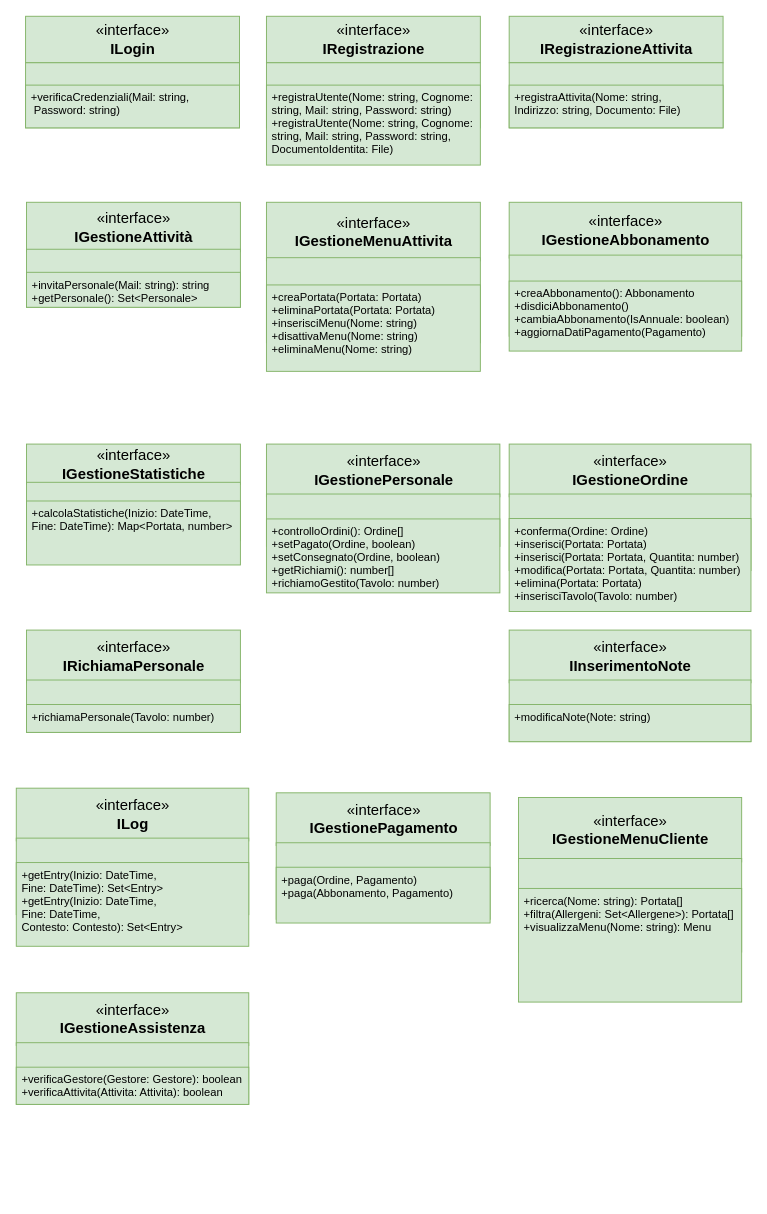
Before: progettazione/interfacce.drawio in Marco-Burattoni/Progetto-ids, a draw.io diagram. Source tidied: cells renumbered, new cells numbered last; positions are measured from the earlier drawing's top-left corner, leaving out a move shared by most shapes. Both pictures are drawn from the tidied source at 93%, with x=0, y=0 at pixel (16, 16).
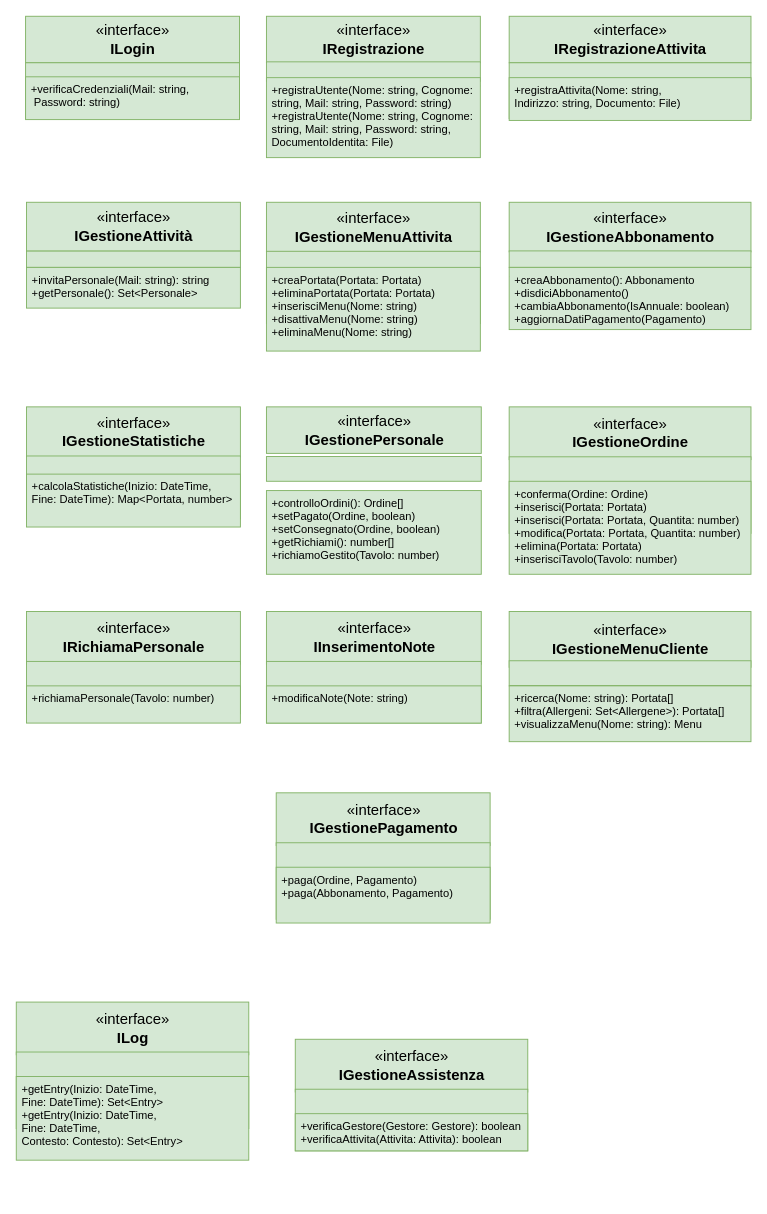
Above is the later version.

Unchanged cells that the change refers to:
```xml
<mxCell id="7" style="group;" parent="1" vertex="1">
  <mxGeometry x="269" width="230" height="180" as="geometry" />
</mxCell>
```

What changed in the source:
```diff
@@
     <mxCell id="2" style="group;" parent="1" vertex="1">
-      <mxGeometry x="10" width="230" height="120" as="geometry" />
+      <mxGeometry x="10" width="230" height="111.1" as="geometry" />
     </mxCell>
@@
     <mxCell id="4" style="html=1;fontSize=16;fillColor=#d5e8d4;strokeColor=#82b366;" parent="2" vertex="1">
-      <mxGeometry y="50" width="230" height="70" as="geometry" />
+      <mxGeometry y="50" width="230" height="60" as="geometry" />
     </mxCell>
     <mxCell id="5" style="line;strokeWidth=1;fillColor=#d5e8d4;align=left;verticalAlign=middle;spacingTop=-1;spacingLeft=3;spacingRight=3;labelPosition=right;strokeColor=#82b366;fontSize=16;" parent="2" vertex="1">
-      <mxGeometry y="71" width="230" height="8" as="geometry" />
+      <mxGeometry y="65.1" width="230" height="7.3" as="geometry" />
     </mxCell>
     <mxCell id="6" value="+verificaCredenziali(Mail: string,&#10; Password: string)" style="text;strokeColor=#82b366;fillColor=#d5e8d4;align=left;verticalAlign=top;spacingLeft=4;spacingRight=4;overflow=hidden;fontSize=12;" parent="2" vertex="1">
-      <mxGeometry y="74" width="230" height="46" as="geometry" />
+      <mxGeometry y="65.1" width="230" height="46" as="geometry" />
     </mxCell>
@@
     <mxCell id="9" style="html=1;fontSize=16;fillColor=#d5e8d4;strokeColor=#82b366;" parent="7" vertex="1">
-      <mxGeometry y="50" width="230" height="70" as="geometry" />
+      <mxGeometry y="49" width="230" height="21" as="geometry" />
     </mxCell>
@@
     <mxCell id="11" value="+registraUtente(Nome: string, Cognome: &#10;string, Mail: string, Password: string)&#10;+registraUtente(Nome: string, Cognome: &#10;string, Mail: string, Password: string,&#10;DocumentoIdentita: File)&#10;&#10;&#10;" style="text;strokeColor=#82b366;fillColor=#d5e8d4;align=left;verticalAlign=top;spacingLeft=4;spacingRight=4;overflow=hidden;fontSize=12;" parent="7" vertex="1">
-      <mxGeometry y="74" width="230" height="86" as="geometry" />
+      <mxGeometry y="66" width="230" height="86" as="geometry" />
     </mxCell>
     <mxCell id="12" style="group;" parent="1" vertex="1">
-      <mxGeometry y="830" width="250" height="180" as="geometry" />
+      <mxGeometry y="1060" width="250" height="180" as="geometry" />
     </mxCell>
@@
     <mxCell id="17" style="group;" parent="1" vertex="1">
-      <mxGeometry x="11" y="200" width="230" height="160" as="geometry" />
+      <mxGeometry x="11" y="200" width="230" height="140" as="geometry" />
     </mxCell>
     <mxCell id="18" value="«interface»&lt;br&gt;&lt;b&gt;IGestioneAttività&lt;/b&gt;" style="html=1;fontSize=16;fillColor=#d5e8d4;strokeColor=#82b366;" parent="17" vertex="1">
-      <mxGeometry width="230" height="53.3" as="geometry" />
+      <mxGeometry width="230" height="52.5" as="geometry" />
     </mxCell>
     <mxCell id="19" style="html=1;fontSize=16;fillColor=#d5e8d4;strokeColor=#82b366;" parent="17" vertex="1">
-      <mxGeometry y="50.5" width="230" height="62.4" as="geometry" />
+      <mxGeometry y="52.5" width="230" height="17.5" as="geometry" />
     </mxCell>
-    <mxCell id="20" style="line;strokeWidth=1;fillColor=#d5e8d4;align=left;verticalAlign=middle;spacingTop=-1;spacingLeft=3;spacingRight=3;labelPosition=right;strokeColor=#82b366;fontSize=16;" parent="17" vertex="1">
-      <mxGeometry y="75.7" width="230" height="8.5" as="geometry" />
-    </mxCell>
     <mxCell id="21" value="+invitaPersonale(Mail: string): string&#10;+getPersonale(): Set&lt;Personale&gt;" style="text;strokeColor=#82b366;fillColor=#d5e8d4;align=left;verticalAlign=top;spacingLeft=4;spacingRight=4;overflow=hidden;fontSize=12;" parent="17" vertex="1">
-      <mxGeometry y="75.3" width="230" height="37.6" as="geometry" />
+      <mxGeometry y="70" width="230" height="43.8" as="geometry" />
     </mxCell>
     <mxCell id="22" style="group;" parent="1" vertex="1">
-      <mxGeometry x="269" y="460" width="251" height="220" as="geometry" />
+      <mxGeometry x="269" y="420" width="231" height="160" as="geometry" />
     </mxCell>
     <mxCell id="23" value="«interface»&lt;br&gt;&lt;b&gt;IGestionePersonale&lt;/b&gt;" style="html=1;fontSize=16;fillColor=#d5e8d4;strokeColor=#82b366;" parent="22" vertex="1">
-      <mxGeometry width="251" height="56.7" as="geometry" />
+      <mxGeometry width="231" height="50" as="geometry" />
     </mxCell>
     <mxCell id="24" style="html=1;fontSize=16;fillColor=#d5e8d4;strokeColor=#82b366;" parent="22" vertex="1">
-      <mxGeometry y="53.7" width="251" height="56.3" as="geometry" />
+      <mxGeometry y="53.4" width="231" height="26.6" as="geometry" />
     </mxCell>
-    <mxCell id="25" style="line;strokeWidth=1;fillColor=#d5e8d4;align=left;verticalAlign=middle;spacingTop=-1;spacingLeft=3;spacingRight=3;labelPosition=right;strokeColor=#82b366;fontSize=16;" parent="22" vertex="1">
-      <mxGeometry y="80.5" width="251" height="9.1" as="geometry" />
-    </mxCell>
     <mxCell id="26" value="+controlloOrdini(): Ordine[]&#10;+setPagato(Ordine, boolean)&#10;+setConsegnato(Ordine, boolean)&#10;+getRichiami(): number[]&#10;+richiamoGestito(Tavolo: number)" style="text;strokeColor=#82b366;fillColor=#d5e8d4;align=left;verticalAlign=top;spacingLeft=4;spacingRight=4;overflow=hidden;fontSize=12;" parent="22" vertex="1">
-      <mxGeometry y="80.5" width="251" height="79.5" as="geometry" />
+      <mxGeometry y="90" width="231" height="90" as="geometry" />
     </mxCell>
     <mxCell id="27" style="group;" parent="1" vertex="1">
-      <mxGeometry x="530" width="230" height="180" as="geometry" />
+      <mxGeometry x="530" width="260" height="180" as="geometry" />
     </mxCell>
     <mxCell id="28" value="«interface»&lt;br&gt;&lt;b&gt;IRegistrazioneAttivita&lt;/b&gt;" style="html=1;fontSize=16;fillColor=#d5e8d4;strokeColor=#82b366;" parent="27" vertex="1">
-      <mxGeometry width="230" height="50" as="geometry" />
+      <mxGeometry width="260" height="50" as="geometry" />
     </mxCell>
     <mxCell id="29" style="html=1;fontSize=16;fillColor=#d5e8d4;strokeColor=#82b366;" parent="27" vertex="1">
-      <mxGeometry y="50" width="230" height="70" as="geometry" />
+      <mxGeometry y="50" width="260" height="60" as="geometry" />
     </mxCell>
     <mxCell id="30" style="line;strokeWidth=1;fillColor=#d5e8d4;align=left;verticalAlign=middle;spacingTop=-1;spacingLeft=3;spacingRight=3;labelPosition=right;strokeColor=#82b366;fontSize=16;" parent="27" vertex="1">
-      <mxGeometry y="71" width="230" height="8" as="geometry" />
+      <mxGeometry y="71" width="260" height="8" as="geometry" />
     </mxCell>
     <mxCell id="31" value="+registraAttivita(Nome: string, &#10;Indirizzo: string, Documento: File)&#10;" style="text;strokeColor=#82b366;fillColor=#d5e8d4;align=left;verticalAlign=top;spacingLeft=4;spacingRight=4;overflow=hidden;fontSize=12;" parent="27" vertex="1">
-      <mxGeometry y="74" width="230" height="46" as="geometry" />
+      <mxGeometry y="66" width="260" height="46" as="geometry" />
     </mxCell>
     <mxCell id="32" style="group;" parent="1" vertex="1">
-      <mxGeometry x="530" y="460" width="260" height="180" as="geometry" />
+      <mxGeometry x="530" y="420" width="260" height="180" as="geometry" />
     </mxCell>
@@
     <mxCell id="37" style="group;" parent="1" vertex="1">
-      <mxGeometry y="1050" width="250" height="170" as="geometry" />
+      <mxGeometry x="300" y="1100" width="250" height="170" as="geometry" />
     </mxCell>
@@
     <mxCell id="42" style="group;" parent="1" vertex="1">
-      <mxGeometry x="11" y="660" width="230" height="170" as="geometry" />
+      <mxGeometry x="11" y="640" width="230" height="170" as="geometry" />
     </mxCell>
@@
     <mxCell id="46" value="+richiamaPersonale(Tavolo: number)" style="text;strokeColor=#82b366;fillColor=#d5e8d4;align=left;verticalAlign=top;spacingLeft=4;spacingRight=4;overflow=hidden;fontSize=12;" parent="42" vertex="1">
-      <mxGeometry y="80" width="230" height="30" as="geometry" />
+      <mxGeometry y="80" width="230" height="40" as="geometry" />
     </mxCell>
     <mxCell id="47" style="group;" parent="1" vertex="1">
-      <mxGeometry x="530" y="200" width="250" height="180" as="geometry" />
+      <mxGeometry x="530" y="200" width="260" height="160" as="geometry" />
     </mxCell>
     <mxCell id="48" value="«interface»&lt;br&gt;&lt;b&gt;IGestioneAbbonamento&lt;/b&gt;" style="html=1;fontSize=16;fillColor=#d5e8d4;strokeColor=#82b366;" parent="47" vertex="1">
-      <mxGeometry width="250" height="60" as="geometry" />
+      <mxGeometry width="260" height="53.3" as="geometry" />
     </mxCell>
     <mxCell id="49" style="html=1;fontSize=16;fillColor=#d5e8d4;strokeColor=#82b366;" parent="47" vertex="1">
-      <mxGeometry y="56.8" width="250" height="87.2" as="geometry" />
+      <mxGeometry y="52.3" width="260" height="17.7" as="geometry" />
     </mxCell>
     <mxCell id="50" style="line;strokeWidth=1;fillColor=#d5e8d4;align=left;verticalAlign=middle;spacingTop=-1;spacingLeft=3;spacingRight=3;labelPosition=right;strokeColor=#82b366;fontSize=16;" parent="47" vertex="1">
-      <mxGeometry y="85.2" width="250" height="9.6" as="geometry" />
+      <mxGeometry y="75.7" width="260" height="8.5" as="geometry" />
     </mxCell>
     <mxCell id="51" value="+creaAbbonamento(): Abbonamento&#10;+disdiciAbbonamento()&#10;+cambiaAbbonamento(IsAnnuale: boolean)&#10;+aggiornaDatiPagamento(Pagamento)" style="text;strokeColor=#82b366;fillColor=#d5e8d4;align=left;verticalAlign=top;spacingLeft=4;spacingRight=4;overflow=hidden;fontSize=12;" parent="47" vertex="1">
-      <mxGeometry y="84.7" width="250" height="75.3" as="geometry" />
+      <mxGeometry y="70" width="260" height="66.9" as="geometry" />
     </mxCell>
     <mxCell id="52" style="group;" parent="1" vertex="1">
-      <mxGeometry x="11" y="460" width="230" height="130" as="geometry" />
+      <mxGeometry x="11" y="420" width="230" height="140" as="geometry" />
     </mxCell>
     <mxCell id="53" value="«interface»&lt;br&gt;&lt;b&gt;IGestioneStatistiche&lt;/b&gt;" style="html=1;fontSize=16;fillColor=#d5e8d4;strokeColor=#82b366;" parent="52" vertex="1">
-      <mxGeometry width="230" height="43.3" as="geometry" />
+      <mxGeometry width="230" height="53.8" as="geometry" />
     </mxCell>
     <mxCell id="54" style="html=1;fontSize=16;fillColor=#d5e8d4;strokeColor=#82b366;" parent="52" vertex="1">
-      <mxGeometry y="41.1" width="230" height="62.9" as="geometry" />
+      <mxGeometry y="52.8" width="230" height="67.8" as="geometry" />
     </mxCell>
-    <mxCell id="55" style="line;strokeWidth=1;fillColor=#d5e8d4;align=left;verticalAlign=middle;spacingTop=-1;spacingLeft=3;spacingRight=3;labelPosition=right;strokeColor=#82b366;fontSize=16;" parent="52" vertex="1">
-      <mxGeometry y="61.5" width="230" height="6.9" as="geometry" />
-    </mxCell>
     <mxCell id="56" value="+calcolaStatistiche(Inizio: DateTime,&#10;Fine: DateTime): Map&lt;Portata, number&gt;" style="text;strokeColor=#82b366;fillColor=#d5e8d4;align=left;verticalAlign=top;spacingLeft=4;spacingRight=4;overflow=hidden;fontSize=12;" parent="52" vertex="1">
-      <mxGeometry y="61.2" width="230" height="68.8" as="geometry" />
+      <mxGeometry y="72.3" width="230" height="56.9" as="geometry" />
     </mxCell>
     <mxCell id="57" style="group;" parent="1" vertex="1">
-      <mxGeometry x="269" y="200" width="230" height="200" as="geometry" />
+      <mxGeometry x="269" y="200" width="230" height="170" as="geometry" />
     </mxCell>
     <mxCell id="58" value="«interface»&lt;br&gt;&lt;b&gt;IGestioneMenuAttivita&lt;/b&gt;" style="html=1;fontSize=16;fillColor=#d5e8d4;strokeColor=#82b366;" parent="57" vertex="1">
-      <mxGeometry width="230" height="63" as="geometry" />
+      <mxGeometry width="230" height="53.5" as="geometry" />
     </mxCell>
     <mxCell id="59" style="html=1;fontSize=16;fillColor=#d5e8d4;strokeColor=#82b366;" parent="57" vertex="1">
-      <mxGeometry y="59.6" width="230" height="91.5" as="geometry" />
+      <mxGeometry y="52.7" width="230" height="77.7" as="geometry" />
     </mxCell>
     <mxCell id="60" style="line;strokeWidth=1;fillColor=#d5e8d4;align=left;verticalAlign=middle;spacingTop=-1;spacingLeft=3;spacingRight=3;labelPosition=right;strokeColor=#82b366;fontSize=16;" parent="57" vertex="1">
-      <mxGeometry y="89.4" width="230" height="10.1" as="geometry" />
+      <mxGeometry y="76" width="230" height="8.6" as="geometry" />
     </mxCell>
     <mxCell id="61" value="+creaPortata(Portata: Portata)&#10;+eliminaPortata(Portata: Portata)&#10;+inserisciMenu(Nome: string)&#10;+disattivaMenu(Nome: string)&#10;+eliminaMenu(Nome: string)" style="text;strokeColor=#82b366;fillColor=#d5e8d4;align=left;verticalAlign=top;spacingLeft=4;spacingRight=4;overflow=hidden;fontSize=12;" parent="57" vertex="1">
-      <mxGeometry y="88.9" width="230" height="92.9" as="geometry" />
+      <mxGeometry y="70" width="230" height="90" as="geometry" />
     </mxCell>
@@
     <mxCell id="67" style="group;" parent="1" vertex="1">
-      <mxGeometry x="540" y="840" width="240" height="220" as="geometry" />
+      <mxGeometry x="530" y="640" width="260" height="160" as="geometry" />
     </mxCell>
     <mxCell id="68" value="«interface»&lt;br&gt;&lt;b&gt;IGestioneMenuCliente&lt;/b&gt;" style="html=1;fontSize=16;fillColor=#d5e8d4;strokeColor=#82b366;" parent="67" vertex="1">
-      <mxGeometry width="240" height="69.3" as="geometry" />
+      <mxGeometry width="260" height="60" as="geometry" />
     </mxCell>
     <mxCell id="69" style="html=1;fontSize=16;fillColor=#d5e8d4;strokeColor=#82b366;" parent="67" vertex="1">
-      <mxGeometry y="65.6" width="240" height="100.6" as="geometry" />
+      <mxGeometry y="53" width="260" height="27" as="geometry" />
     </mxCell>
     <mxCell id="70" style="line;strokeWidth=1;fillColor=#d5e8d4;align=left;verticalAlign=middle;spacingTop=-1;spacingLeft=3;spacingRight=3;labelPosition=right;strokeColor=#82b366;fontSize=16;" parent="67" vertex="1">
-      <mxGeometry y="98.3" width="240" height="11.1" as="geometry" />
+      <mxGeometry y="70.5" width="260" height="18.5" as="geometry" />
     </mxCell>
     <mxCell id="71" value="+ricerca(Nome: string): Portata[]&#10;+filtra(Allergeni: Set&lt;Allergene&gt;): Portata[]&#10;+visualizzaMenu(Nome: string): Menu" style="text;strokeColor=#82b366;fillColor=#d5e8d4;align=left;verticalAlign=top;spacingLeft=4;spacingRight=4;overflow=hidden;fontSize=12;" parent="67" vertex="1">
-      <mxGeometry y="97.8" width="240" height="122.2" as="geometry" />
+      <mxGeometry y="80" width="260" height="60" as="geometry" />
     </mxCell>
     <mxCell id="72" style="group;" parent="1" vertex="1">
-      <mxGeometry x="530" y="660" width="260" height="170" as="geometry" />
+      <mxGeometry x="269" y="640" width="231" height="170" as="geometry" />
     </mxCell>
     <mxCell id="73" value="«interface»&lt;br&gt;&lt;b&gt;IInserimentoNote&lt;/b&gt;" style="html=1;fontSize=16;fillColor=#d5e8d4;strokeColor=#82b366;" parent="72" vertex="1">
-      <mxGeometry width="260" height="56.7" as="geometry" />
+      <mxGeometry width="231" height="56.7" as="geometry" />
     </mxCell>
     <mxCell id="74" style="html=1;fontSize=16;fillColor=#d5e8d4;strokeColor=#82b366;" parent="72" vertex="1">
-      <mxGeometry y="53.7" width="260" height="66.3" as="geometry" />
+      <mxGeometry y="53.7" width="231" height="66.3" as="geometry" />
     </mxCell>
     <mxCell id="75" style="line;strokeWidth=1;fillColor=#d5e8d4;align=left;verticalAlign=middle;spacingTop=-1;spacingLeft=3;spacingRight=3;labelPosition=right;strokeColor=#82b366;fontSize=16;" parent="72" vertex="1">
-      <mxGeometry y="80.5" width="260" height="9.1" as="geometry" />
+      <mxGeometry y="80.5" width="231" height="9.1" as="geometry" />
     </mxCell>
     <mxCell id="76" value="+modificaNote(Note: string)" style="text;strokeColor=#82b366;fillColor=#d5e8d4;align=left;verticalAlign=top;spacingLeft=4;spacingRight=4;overflow=hidden;fontSize=12;" parent="72" vertex="1">
-      <mxGeometry y="80" width="260" height="40" as="geometry" />
+      <mxGeometry y="80" width="231" height="40" as="geometry" />
     </mxCell>
```
